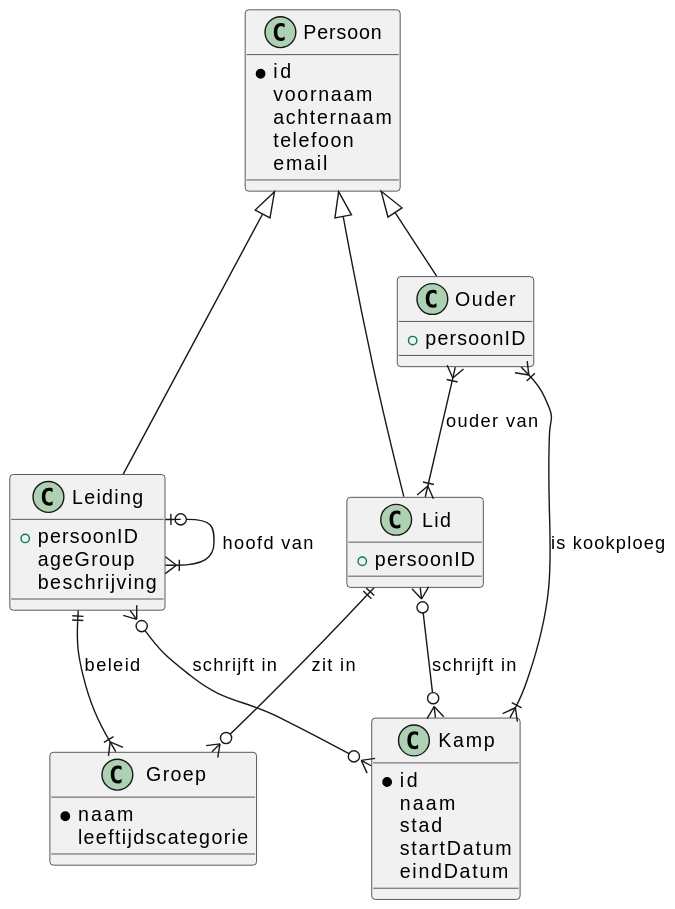
Above: images/response.svg in matteovdr/frontendweb-2526-mateo-kobe (PlantUML), before the change.
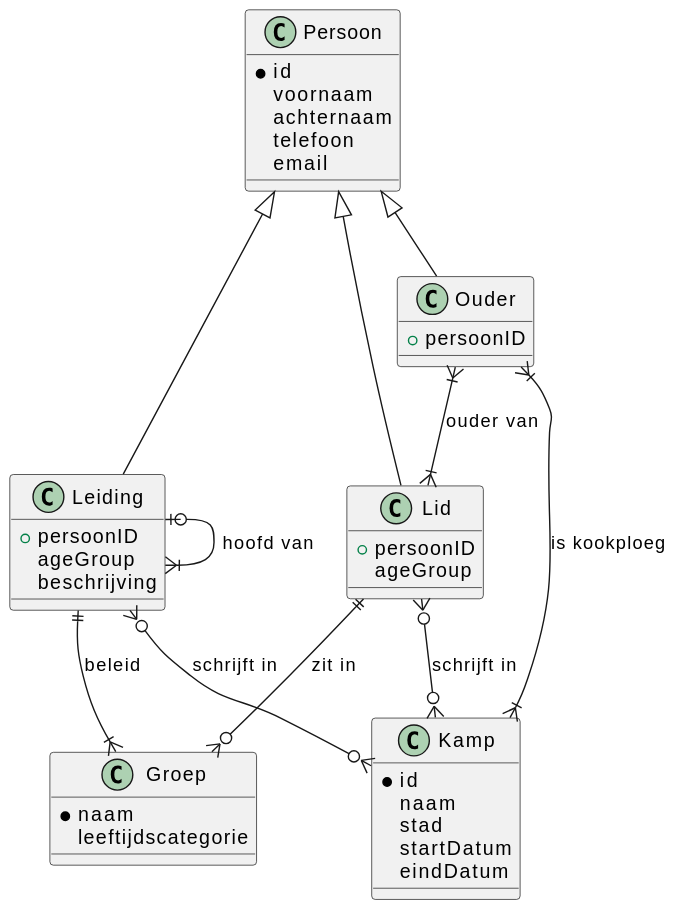
Above is the later version.

Commit message:
erd aangepast

The edit, as a diff of the source:
```diff
@@ -12,6 +12,7 @@
 
 class Lid {
     +persoonID
+    ageGroup
 }
 
 class Leiding {
```
